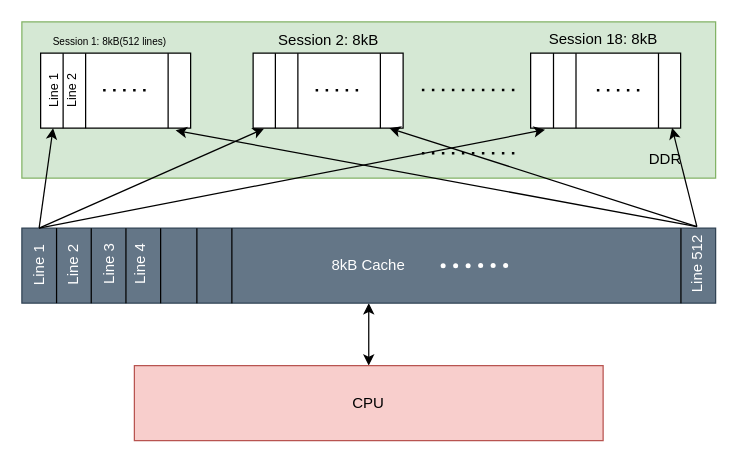
The draw.io diagram page "Cache hierarchy" (1 of 3) of Something/BEL_architecture.drawio in YZchen3467/drawio, before the edit. Source tidied: cells renumbered, new cells numbered last; positions are measured from the earlier drawing's top-left corner, leaving out a move shared by most shapes. Both pictures are drawn from the tidied source at 125%, with x=0, y=0 at pixel (1, 21).
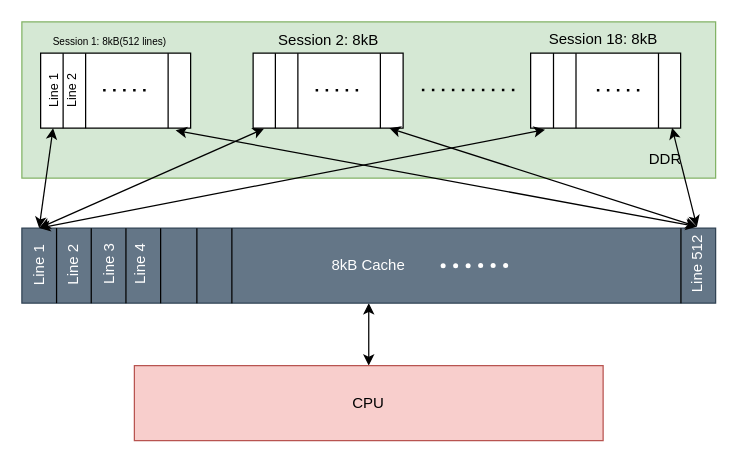
After the change.

Commit message (it also covers changes not shown here):
updated Cache hierarchy

Unchanged cells that the change refers to:
```xml
<mxCell id="3" style="rounded=0;whiteSpace=wrap;html=1;points=[[0,0,0,0,0],[0,0.25,0,0,0],[0,0.5,0,0,0],[0,0.75,0,0,0],[0,1,0,0,0],[0.15,0,0,0,0],[0.15,1,0,0,0],[0.3,0,0,0,0],[0.3,1,0,0,0],[0.85,0,0,0,0],[0.85,1,0,0,0],[1,0,0,0,0],[1,0.25,0,0,0],[1,0.5,0,0,0],[1,0.75,0,0,0],[1,1,0,0,0]];" parent="1" vertex="1">
  <mxGeometry x="31" y="25" width="120" height="60" as="geometry" />
</mxCell>
<mxCell id="4" style="rounded=0;whiteSpace=wrap;html=1;points=[[0,0,0,0,0],[0,0.25,0,0,0],[0,0.5,0,0,0],[0,0.75,0,0,0],[0,1,0,0,0],[0.15,0,0,0,0],[0.15,1,0,0,0],[0.3,0,0,0,0],[0.3,1,0,0,0],[0.75,0,0,0,0],[0.75,1,0,0,0],[1,0,0,0,0],[1,0.25,0,0,0],[1,0.5,0,0,0],[1,0.75,0,0,0],[1,1,0,0,0]];" parent="1" vertex="1">
  <mxGeometry x="201" y="25" width="120" height="60" as="geometry" />
</mxCell>
<mxCell id="5" style="rounded=0;whiteSpace=wrap;html=1;" parent="1" vertex="1">
  <mxGeometry x="423" y="25" width="120" height="60" as="geometry" />
</mxCell>
<mxCell id="27" value="&lt;font style=&quot;color: rgb(255, 255, 255);&quot;&gt;Line 1&lt;/font&gt;" style="text;html=1;align=center;verticalAlign=middle;whiteSpace=wrap;rounded=0;rotation=-90;" parent="1" vertex="1">
  <mxGeometry x="-0.2" y="181.2" width="60" height="27.5" as="geometry" />
</mxCell>
<mxCell id="31" value="&lt;font style=&quot;color: rgb(255, 255, 255);&quot;&gt;Line 512&lt;/font&gt;" style="text;html=1;align=center;verticalAlign=middle;whiteSpace=wrap;rounded=0;rotation=-90;" parent="1" vertex="1">
  <mxGeometry x="526" y="178.9" width="60" height="29.8" as="geometry" />
</mxCell>
```

Diff of the diagram source:
```diff
@@
-    <mxCell id="10" style="endArrow=none;dashed=1;html=1;dashPattern=1 3;strokeWidth=2;" parent="1" edge="1">
-      <mxGeometry relative="1" as="geometry">
-        <mxPoint x="336" y="105" as="sourcePoint" />
-        <mxPoint x="411" y="105" as="targetPoint" />
-      </mxGeometry>
-    </mxCell>
@@
-    <mxCell id="41" style="edgeStyle=none;html=1;entryX=0.083;entryY=1;entryDx=0;entryDy=0;entryPerimeter=0;exitX=1;exitY=0.5;exitDx=0;exitDy=0;" parent="1" edge="1" source="27" target="3">
+    <mxCell id="41" style="edgeStyle=none;html=1;entryX=0.083;entryY=1;entryDx=0;entryDy=0;entryPerimeter=0;exitX=1;exitY=0.5;exitDx=0;exitDy=0;startArrow=classic;startFill=1;" parent="1" edge="1" source="27" target="3">
       <mxGeometry relative="1" as="geometry" />
     </mxCell>
@@
-    <mxCell id="50" style="edgeStyle=none;html=1;entryX=0.073;entryY=1.007;entryDx=0;entryDy=0;entryPerimeter=0;exitX=1;exitY=0.5;exitDx=0;exitDy=0;" parent="1" edge="1" source="27" target="4">
+    <mxCell id="50" style="edgeStyle=none;html=1;entryX=0.073;entryY=1.007;entryDx=0;entryDy=0;entryPerimeter=0;exitX=1;exitY=0.5;exitDx=0;exitDy=0;startArrow=classic;startFill=1;" parent="1" edge="1" source="27" target="4">
       <mxGeometry relative="1" as="geometry" />
     </mxCell>
-    <mxCell id="51" style="edgeStyle=none;html=1;entryX=0.9;entryY=1.03;entryDx=0;entryDy=0;entryPerimeter=0;exitX=1;exitY=0.5;exitDx=0;exitDy=0;" parent="1" edge="1" source="31" target="3">
+    <mxCell id="51" style="edgeStyle=none;html=1;entryX=0.9;entryY=1.03;entryDx=0;entryDy=0;entryPerimeter=0;exitX=1;exitY=0.5;exitDx=0;exitDy=0;startArrow=classic;startFill=1;" parent="1" edge="1" source="31" target="3">
       <mxGeometry relative="1" as="geometry" />
     </mxCell>
-    <mxCell id="52" style="edgeStyle=none;html=1;entryX=0.908;entryY=1;entryDx=0;entryDy=0;entryPerimeter=0;exitX=1;exitY=0.5;exitDx=0;exitDy=0;" parent="1" edge="1" source="31" target="4">
+    <mxCell id="52" style="edgeStyle=none;html=1;entryX=0.908;entryY=1;entryDx=0;entryDy=0;entryPerimeter=0;exitX=1;exitY=0.5;exitDx=0;exitDy=0;startArrow=classic;startFill=1;" parent="1" edge="1" source="31" target="4">
       <mxGeometry relative="1" as="geometry" />
     </mxCell>
-    <mxCell id="53" style="edgeStyle=none;html=1;entryX=0.943;entryY=0.996;entryDx=0;entryDy=0;entryPerimeter=0;exitX=1;exitY=0.5;exitDx=0;exitDy=0;" parent="1" edge="1" source="31" target="5">
+    <mxCell id="53" style="edgeStyle=none;html=1;entryX=0.943;entryY=0.996;entryDx=0;entryDy=0;entryPerimeter=0;exitX=1;exitY=0.5;exitDx=0;exitDy=0;startArrow=classic;startFill=1;" parent="1" edge="1" source="31" target="5">
       <mxGeometry relative="1" as="geometry" />
     </mxCell>
-    <mxCell id="54" style="edgeStyle=none;html=1;entryX=0.096;entryY=1.021;entryDx=0;entryDy=0;entryPerimeter=0;exitX=1;exitY=0.5;exitDx=0;exitDy=0;" parent="1" edge="1" source="27" target="5">
+    <mxCell id="54" style="edgeStyle=none;html=1;entryX=0.096;entryY=1.021;entryDx=0;entryDy=0;entryPerimeter=0;exitX=1;exitY=0.5;exitDx=0;exitDy=0;startArrow=classic;startFill=1;" parent="1" edge="1" source="27" target="5">
       <mxGeometry relative="1" as="geometry" />
     </mxCell>
```
